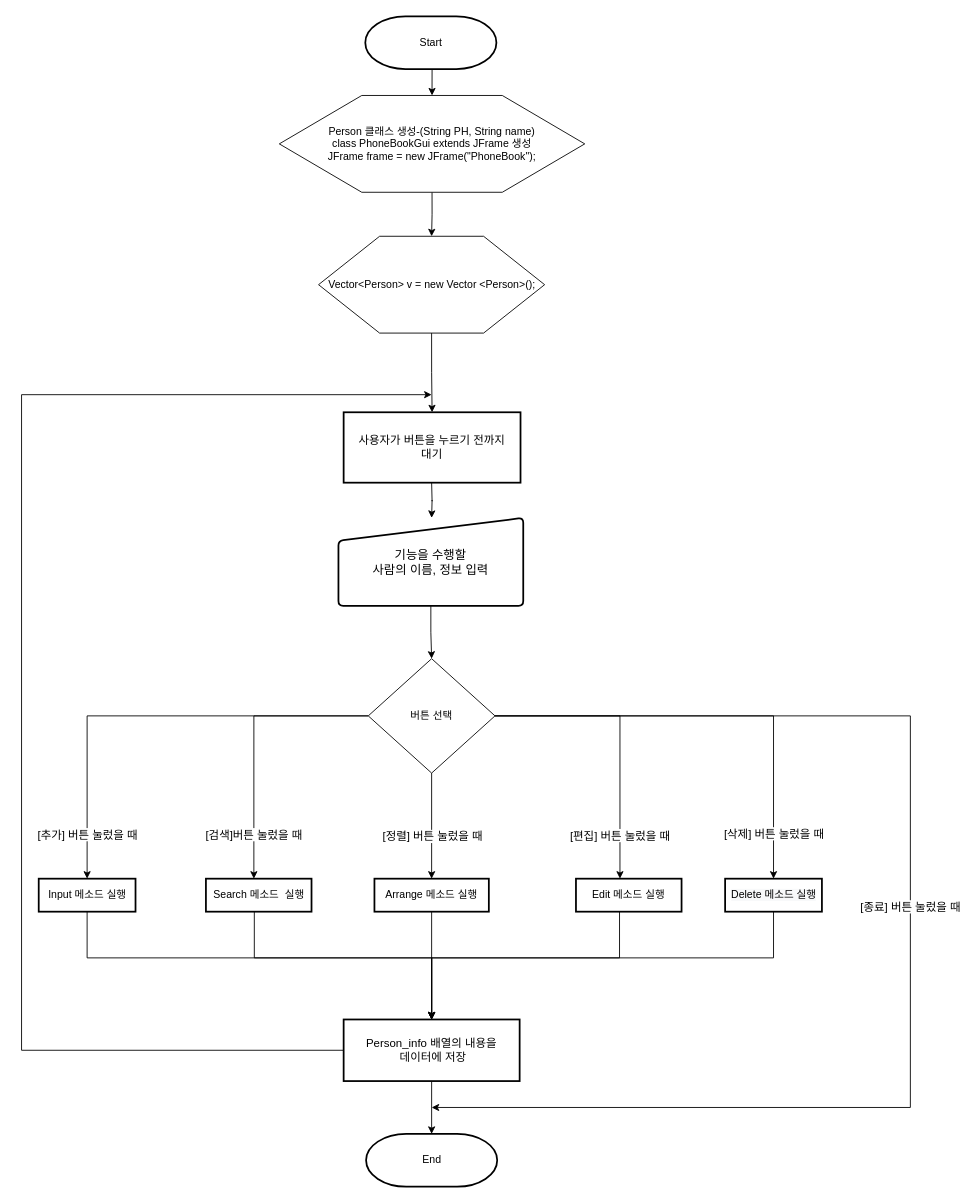
Before: 순서도/전화번호관리부 main 함수 순서도_Java.drawio in skatld123/PH_list_java, a draw.io diagram. Source tidied: cells renumbered, new cells numbered last; positions are measured from the earlier drawing's top-left corner, leaving out a move shared by most shapes. Both pictures are drawn from the tidied source at 88%, with x=0, y=0 at pixel (21, 16).
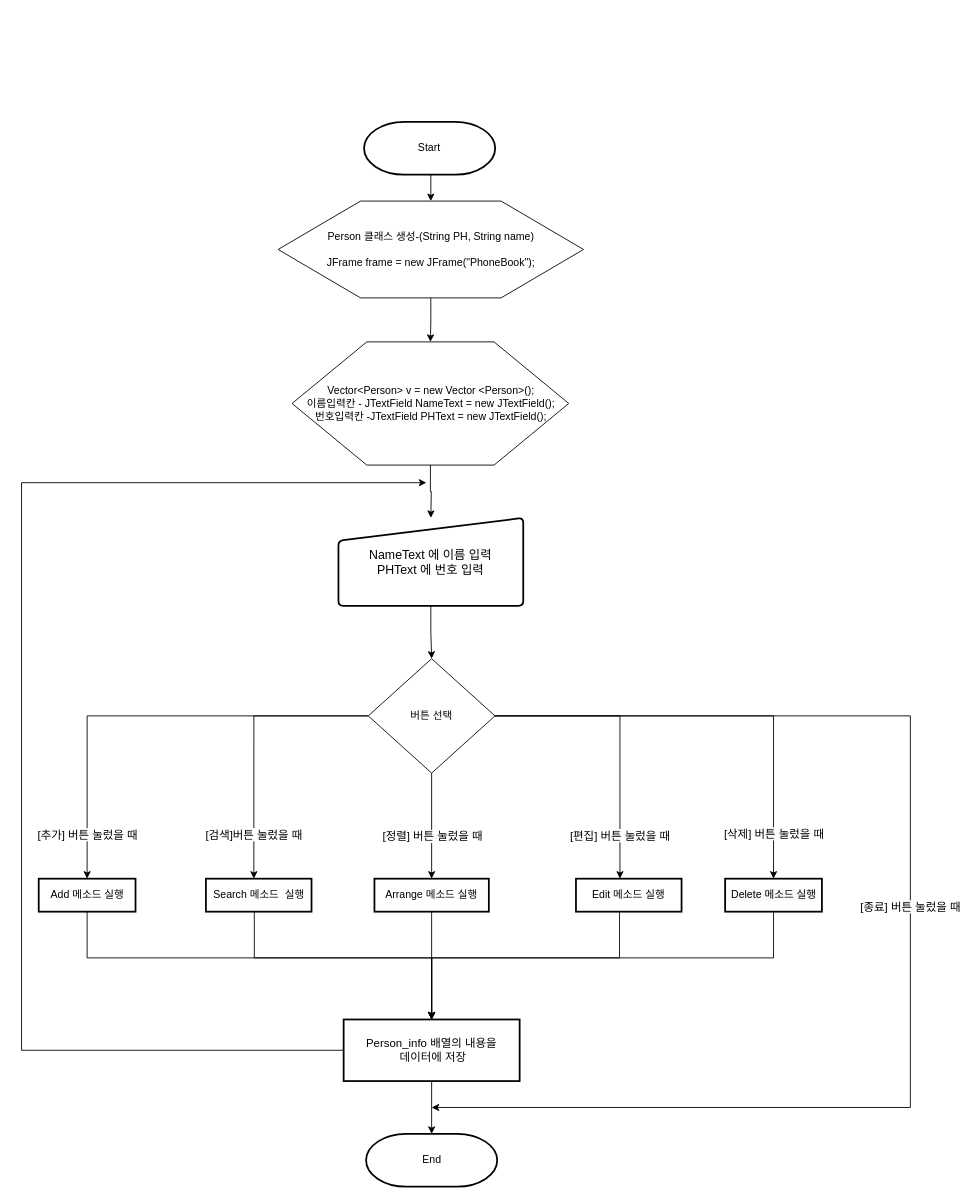
The same page after the edit.

Commit message:
전화번호관리부 main 함수 순서도_Java.drawio 업데이트

The change refers to these unchanged cells:
```xml
<mxCell id="22" value="Person_info 배열의 내용을&lt;br&gt;&amp;nbsp;데이터에 저장" style="rounded=1;whiteSpace=wrap;html=1;absoluteArcSize=1;arcSize=0;strokeWidth=2;fontSize=13;" parent="1" vertex="1">
  <mxGeometry x="366" y="1140" width="200" height="70" as="geometry" />
</mxCell>
```

What changed in the source:
```diff
@@
-    <mxCell id="2" style="edgeStyle=orthogonalEdgeStyle;rounded=0;jettySize=auto;html=1;exitX=0.5;exitY=1;exitDx=0;exitDy=0;entryX=0.5;entryY=0;entryDx=0;entryDy=0;" parent="1" edge="1" source="36" target="33">
-      <mxGeometry relative="1" as="geometry" />
+    <mxCell id="2" style="edgeStyle=orthogonalEdgeStyle;rounded=0;jettySize=auto;html=1;exitX=0.5;exitY=1;exitDx=0;exitDy=0;entryX=0.5;entryY=0;entryDx=0;entryDy=0;" parent="1" edge="1" source="36">
+      <mxGeometry relative="1" as="geometry">
+        <mxPoint x="465.1" y="570" as="targetPoint" />
+      </mxGeometry>
     </mxCell>
@@
     <mxCell id="4" value="Start" style="strokeWidth=2;html=1;shape=mxgraph.flowchart.terminator;whiteSpace=wrap;" parent="1" vertex="1">
-      <mxGeometry x="390.6" width="149" height="60" as="geometry" />
+      <mxGeometry x="389.2" y="120" width="149" height="60" as="geometry" />
     </mxCell>
@@
-    <mxCell id="6" value="Person 클래스 생성-(String PH, String name)&lt;br&gt;class PhoneBookGui extends JFrame 생성&lt;br&gt;JFrame frame = new JFrame(&quot;PhoneBook&quot;);" style="verticalLabelPosition=middle;verticalAlign=middle;html=1;shape=hexagon;perimeter=hexagonPerimeter2;arcSize=6;size=0.27;labelPosition=center;align=center;" parent="1" vertex="1">
-      <mxGeometry x="292.9" y="90" width="347.1" height="110" as="geometry" />
+    <mxCell id="6" value="Person 클래스 생성-(String PH, String name)&lt;br&gt;&lt;br&gt;JFrame frame = new JFrame(&quot;PhoneBook&quot;);" style="verticalLabelPosition=middle;verticalAlign=middle;html=1;shape=hexagon;perimeter=hexagonPerimeter2;arcSize=6;size=0.27;labelPosition=center;align=center;" parent="1" vertex="1">
+      <mxGeometry x="291.5" y="210" width="347.1" height="110" as="geometry" />
     </mxCell>
@@
-    <mxCell id="11" value="Input 메소드 실행" style="rounded=1;whiteSpace=wrap;html=1;absoluteArcSize=1;arcSize=0;strokeWidth=2;" parent="1" vertex="1">
+    <mxCell id="11" value="Add 메소드 실행" style="rounded=1;whiteSpace=wrap;html=1;absoluteArcSize=1;arcSize=0;strokeWidth=2;" parent="1" vertex="1">
       <mxGeometry x="19.5" y="980" width="110" height="37.5" as="geometry" />
     </mxCell>
@@
     <mxCell id="21" style="edgeStyle=orthogonalEdgeStyle;rounded=0;jettySize=auto;html=1;exitX=0;exitY=0.5;exitDx=0;exitDy=0;fontSize=13;" parent="1" edge="1" source="22">
       <mxGeometry relative="1" as="geometry">
-        <mxPoint x="466" y="430" as="targetPoint" />
+        <mxPoint x="460" y="530" as="targetPoint" />
         <Array as="points">
           <mxPoint y="1175" />
-          <mxPoint y="430" />
+          <mxPoint y="530" />
         </Array>
       </mxGeometry>
     </mxCell>
@@
-    <mxCell id="33" value="사용자가 버튼을 누르기 전까지 &lt;br&gt;대기" style="rounded=1;whiteSpace=wrap;html=1;absoluteArcSize=1;arcSize=0;strokeWidth=2;fontSize=13;" parent="1" vertex="1">
-      <mxGeometry x="366" y="450" width="201" height="80" as="geometry" />
-    </mxCell>
-    <mxCell id="34" style="edgeStyle=orthogonalEdgeStyle;rounded=0;orthogonalLoop=1;jettySize=auto;html=1;exitX=0.5;exitY=1;exitDx=0;exitDy=0;entryX=0.5;entryY=0;entryDx=0;entryDy=0;" parent="1" edge="1">
-      <mxGeometry relative="1" as="geometry">
-        <mxPoint x="466" y="530" as="sourcePoint" />
-        <mxPoint x="466" y="570" as="targetPoint" />
-      </mxGeometry>
-    </mxCell>
-    <mxCell id="35" value="&lt;font style=&quot;font-size: 14px&quot;&gt;기능을 수행할 &lt;br&gt;사람의 이름, 정보 입력&lt;/font&gt;" style="html=1;strokeWidth=2;shape=manualInput;whiteSpace=wrap;rounded=1;size=26;arcSize=11;" parent="1" vertex="1">
+    <mxCell id="35" value="&lt;span style=&quot;font-size: 14px&quot;&gt;NameText 에 이름 입력&lt;br&gt;PHText 에 번호 입력&lt;br&gt;&lt;/span&gt;" style="html=1;strokeWidth=2;shape=manualInput;whiteSpace=wrap;rounded=1;size=26;arcSize=11;" parent="1" vertex="1">
       <mxGeometry x="360.1" y="570" width="210" height="100" as="geometry" />
     </mxCell>
-    <mxCell id="36" value="Vector&amp;lt;Person&amp;gt; v = new Vector &amp;lt;Person&amp;gt;();" style="verticalLabelPosition=middle;verticalAlign=middle;html=1;shape=hexagon;perimeter=hexagonPerimeter2;arcSize=6;size=0.27;labelPosition=center;align=center;" parent="1" vertex="1">
-      <mxGeometry x="337.5" y="250" width="256.9" height="110" as="geometry" />
+    <mxCell id="36" value="Vector&amp;lt;Person&amp;gt; v = new Vector &amp;lt;Person&amp;gt;();&lt;br&gt;이름입력칸 - JTextField NameText = new JTextField();&lt;br&gt;번호입력칸 -JTextField PHText = new JTextField();" style="verticalLabelPosition=middle;verticalAlign=middle;html=1;shape=hexagon;perimeter=hexagonPerimeter2;arcSize=6;size=0.27;labelPosition=center;align=center;" parent="1" vertex="1">
+      <mxGeometry x="307.4" y="370" width="314.4" height="140" as="geometry" />
     </mxCell>
```
